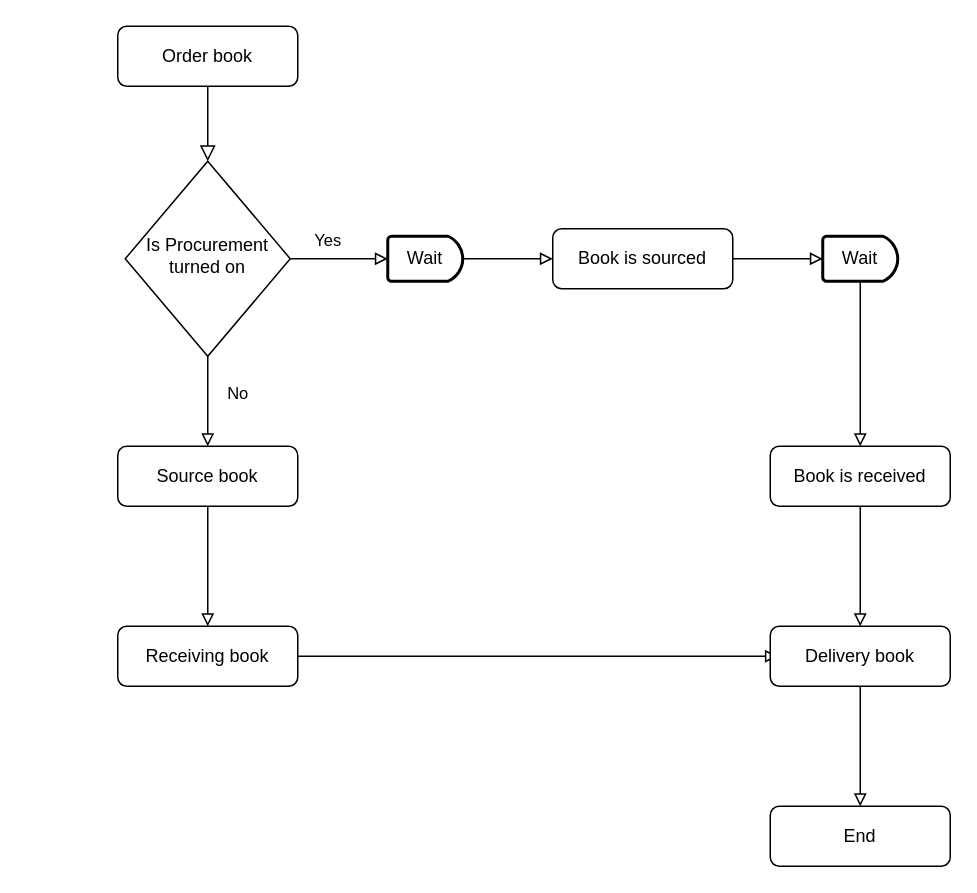
Above: flow-chart-.drawio in thang21022000/UseCaseFinalProject (draw.io), before the change. Source tidied: cells renumbered, new cells numbered last; positions are measured from the earlier drawing's top-left corner, leaving out a move shared by most shapes. Both pictures are drawn from the tidied source at 150%, with x=0, y=0 at pixel (117, 26).
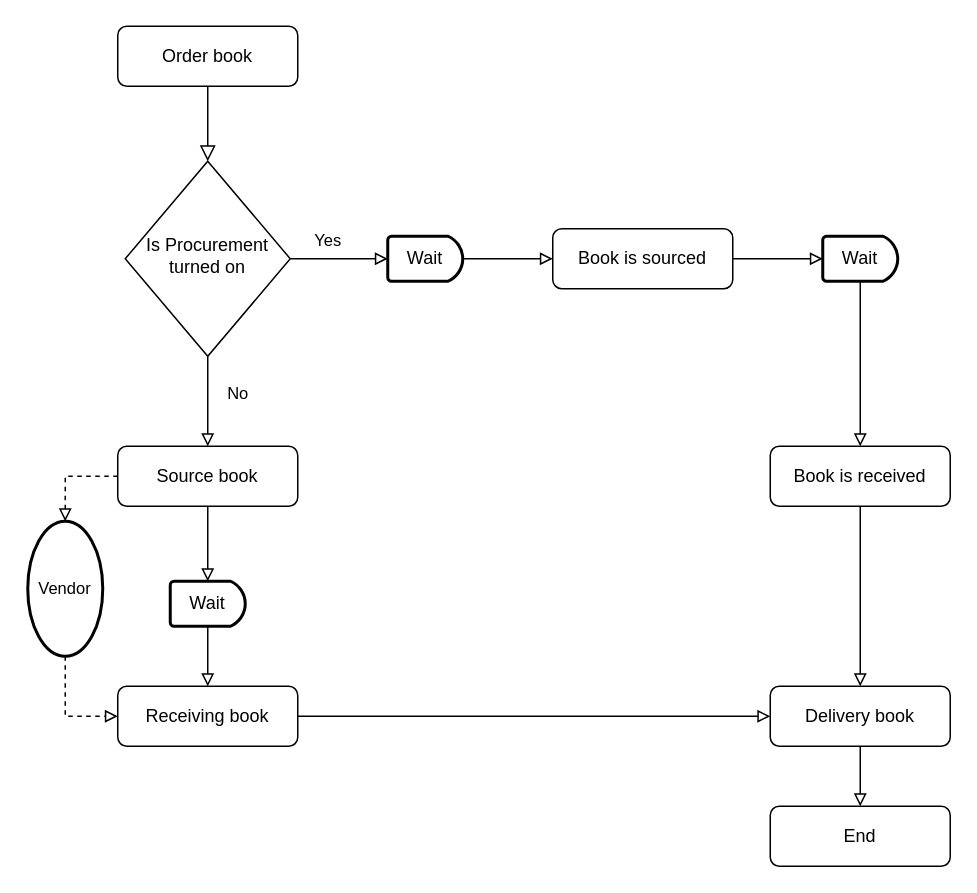
Above is the later version.

The change refers to these unchanged cells:
```xml
<mxCell id="10" value="Source book" style="rounded=1;whiteSpace=wrap;html=1;fontSize=12;glass=0;strokeWidth=1;shadow=0;" parent="1" vertex="1">
  <mxGeometry y="280" width="120" height="40" as="geometry" />
</mxCell>
```

Diff of the diagram source:
```diff
@@
-    <mxCell id="7" style="edgeStyle=orthogonalEdgeStyle;shape=connector;rounded=0;jettySize=auto;html=1;entryX=0.042;entryY=0.5;entryDx=0;entryDy=0;labelBackgroundColor=default;strokeColor=default;strokeWidth=1;fontFamily=Helvetica;fontSize=11;fontColor=default;endArrow=block;endFill=0;entryPerimeter=0;" parent="1" edge="1" source="8" target="18">
+    <mxCell id="7" style="edgeStyle=orthogonalEdgeStyle;shape=connector;rounded=0;jettySize=auto;html=1;entryX=0;entryY=0.5;entryDx=0;entryDy=0;labelBackgroundColor=default;strokeColor=default;strokeWidth=1;fontFamily=Helvetica;fontSize=11;fontColor=default;endArrow=block;endFill=0;" parent="1" edge="1" source="8" target="18">
       <mxGeometry relative="1" as="geometry" />
     </mxCell>
     <mxCell id="8" value="Receiving book" style="rounded=1;whiteSpace=wrap;html=1;fontSize=12;glass=0;strokeWidth=1;shadow=0;" parent="1" vertex="1">
-      <mxGeometry y="400" width="120" height="40" as="geometry" />
+      <mxGeometry y="440" width="120" height="40" as="geometry" />
     </mxCell>
-    <mxCell id="9" style="edgeStyle=orthogonalEdgeStyle;shape=connector;rounded=0;jettySize=auto;html=1;labelBackgroundColor=default;strokeColor=default;strokeWidth=1;fontFamily=Helvetica;fontSize=11;fontColor=default;endArrow=block;endFill=0;" parent="1" edge="1" source="10" target="8">
+    <mxCell id="9" style="edgeStyle=orthogonalEdgeStyle;shape=connector;rounded=0;jettySize=auto;html=1;labelBackgroundColor=default;strokeColor=default;strokeWidth=1;fontFamily=Helvetica;fontSize=11;fontColor=default;endArrow=block;endFill=0;entryX=0.5;entryY=0;entryDx=0;entryDy=0;entryPerimeter=0;" parent="1" edge="1" source="10" target="28">
       <mxGeometry relative="1" as="geometry" />
     </mxCell>
+    <mxCell id="24" style="edgeStyle=orthogonalEdgeStyle;shape=connector;rounded=0;jettySize=auto;html=1;entryX=0.5;entryY=0;entryDx=0;entryDy=0;entryPerimeter=0;labelBackgroundColor=default;strokeColor=default;strokeWidth=1;fontFamily=Helvetica;fontSize=11;fontColor=default;endArrow=block;endFill=0;dashed=1;" parent="1" edge="1" source="10" target="26">
+      <mxGeometry relative="1" as="geometry" />
+    </mxCell>
@@
     <mxCell id="18" value="Delivery book" style="rounded=1;whiteSpace=wrap;html=1;fontSize=12;glass=0;strokeWidth=1;shadow=0;" parent="1" vertex="1">
-      <mxGeometry x="435" y="400" width="120" height="40" as="geometry" />
+      <mxGeometry x="435" y="440" width="120" height="40" as="geometry" />
     </mxCell>
@@
+    <mxCell id="25" style="edgeStyle=orthogonalEdgeStyle;shape=connector;rounded=0;jettySize=auto;html=1;entryX=0;entryY=0.5;entryDx=0;entryDy=0;labelBackgroundColor=default;strokeColor=default;strokeWidth=1;fontFamily=Helvetica;fontSize=11;fontColor=default;endArrow=block;endFill=0;exitX=0.5;exitY=1;exitDx=0;exitDy=0;exitPerimeter=0;dashed=1;" parent="1" edge="1" source="26" target="8">
+      <mxGeometry relative="1" as="geometry" />
+    </mxCell>
+    <mxCell id="26" value="Vendor" style="strokeWidth=2;html=1;shape=mxgraph.flowchart.start_2;whiteSpace=wrap;fontFamily=Helvetica;fontSize=11;fontColor=default;" parent="1" vertex="1">
+      <mxGeometry x="-60" y="330" width="50" height="90" as="geometry" />
+    </mxCell>
+    <mxCell id="27" style="edgeStyle=orthogonalEdgeStyle;shape=connector;rounded=0;jettySize=auto;html=1;labelBackgroundColor=default;strokeColor=default;strokeWidth=1;fontFamily=Helvetica;fontSize=11;fontColor=default;endArrow=block;endFill=0;" parent="1" edge="1" source="28" target="8">
+      <mxGeometry relative="1" as="geometry" />
+    </mxCell>
+    <mxCell id="28" value="Wait" style="strokeWidth=2;html=1;shape=mxgraph.flowchart.delay;whiteSpace=wrap;" parent="1" vertex="1">
+      <mxGeometry x="35" y="370" width="50" height="30" as="geometry" />
+    </mxCell>
```
